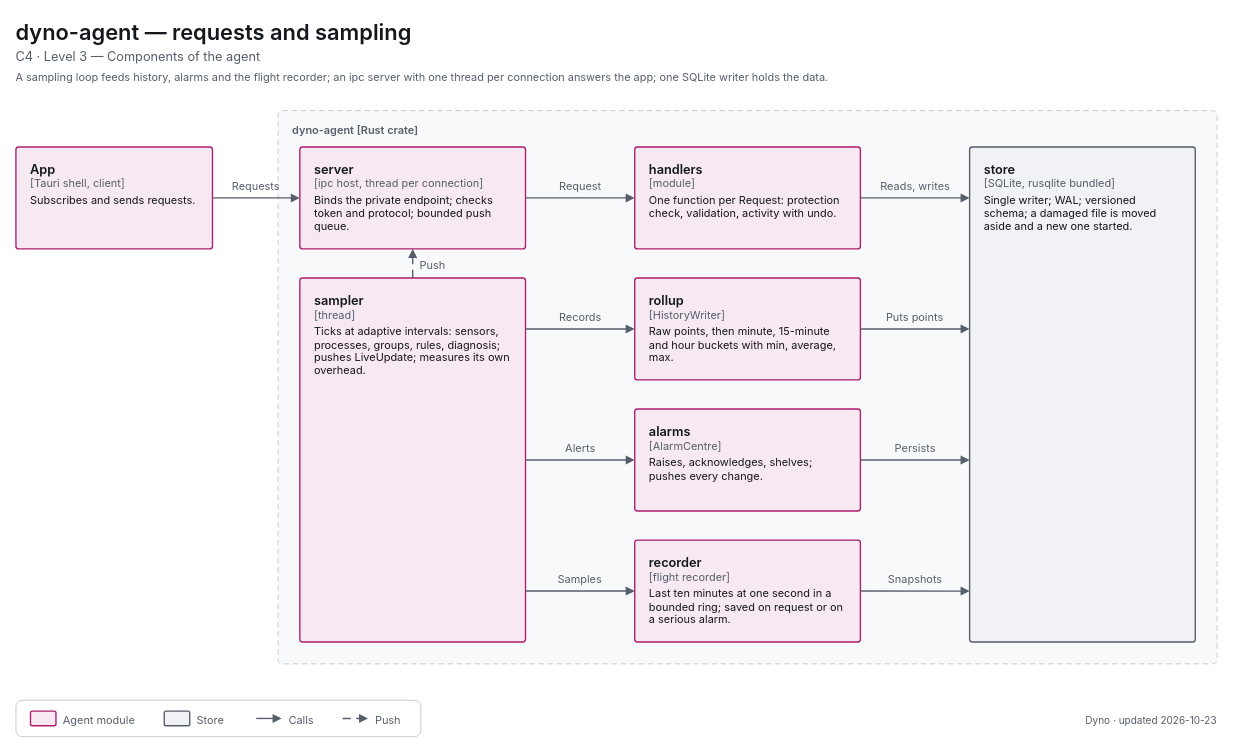
The draw.io diagram apps/dyno/diagrams/c4-3-components-agent.drawio in decryp7/paddock, before the edit. Source tidied: cells renumbered, new cells numbered last; positions are measured from the earlier drawing's top-left corner, leaving out a move shared by most shapes. Both pictures are drawn from the tidied source at 91%, with x=0, y=0 at pixel (15, 15).
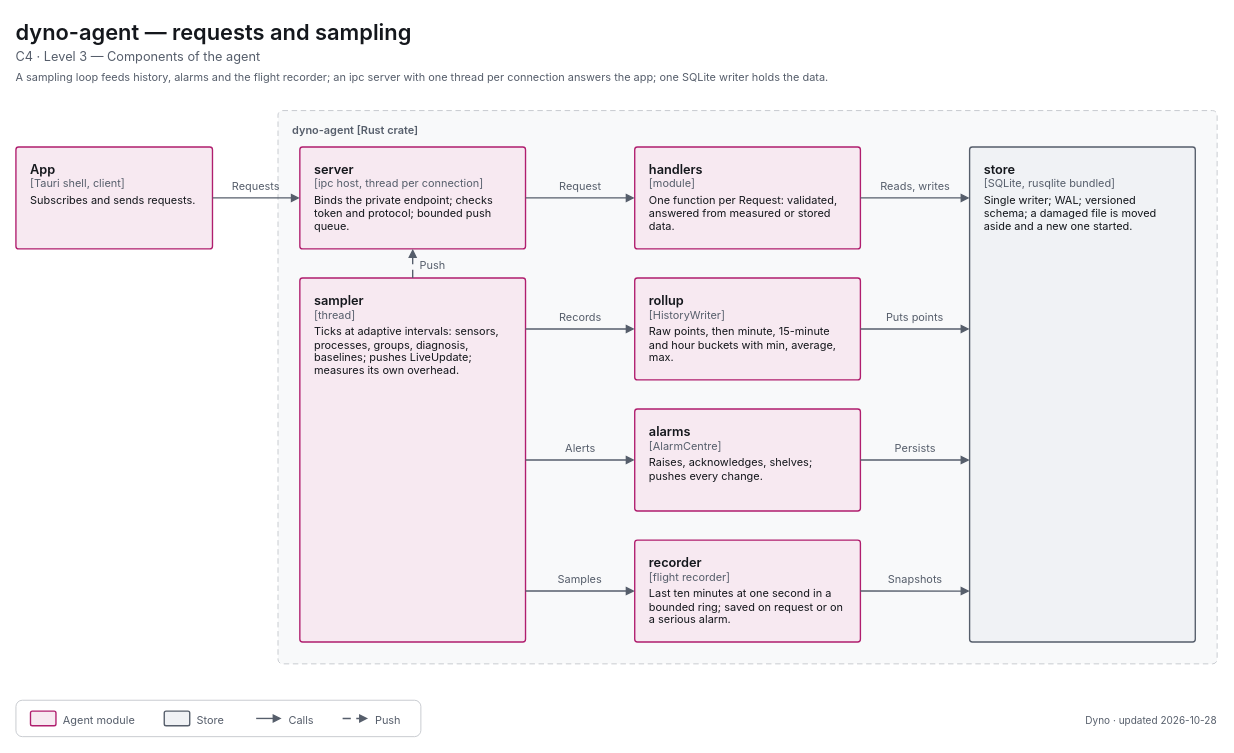
The same diagram, later.

What changed in the source:
```diff
@@
-    <mxCell id="8" value="&lt;span style=&quot;font-size:14px;font-weight:600&quot;&gt;handlers&lt;/span&gt;&lt;br&gt;&lt;span style=&quot;font-size:12px;color:light-dark(#565E6B,#A0A7B2)&quot;&gt;[module]&lt;/span&gt;&lt;br&gt;&lt;div style=&quot;margin-top:4px;font-size:12px&quot;&gt;One function per Request: protection check, validation, activity with undo.&lt;/div&gt;" style="html=1;whiteSpace=wrap;fontFamily=-apple-system,BlinkMacSystemFont,Segoe UI,system-ui,sans-serif;fontSize=12;fontColor=light-dark(#14171C,#ECEEF1);rounded=1;absoluteArcSize=1;arcSize=6;strokeWidth=1.5;strokeColor=light-dark(#B01E6E,#F063A8);fillColor=light-dark(#F7E9F1,#382332);align=left;verticalAlign=top;spacingLeft=14;spacingRight=14;spacingTop=10;spacingBottom=8;" parent="1" vertex="1">
+    <mxCell id="8" value="&lt;span style=&quot;font-size:14px;font-weight:600&quot;&gt;handlers&lt;/span&gt;&lt;br&gt;&lt;span style=&quot;font-size:12px;color:light-dark(#565E6B,#A0A7B2)&quot;&gt;[module]&lt;/span&gt;&lt;br&gt;&lt;div style=&quot;margin-top:4px;font-size:12px&quot;&gt;One function per Request: validated, answered from measured or stored data.&lt;/div&gt;" style="html=1;whiteSpace=wrap;fontFamily=-apple-system,BlinkMacSystemFont,Segoe UI,system-ui,sans-serif;fontSize=12;fontColor=light-dark(#14171C,#ECEEF1);rounded=1;absoluteArcSize=1;arcSize=6;strokeWidth=1.5;strokeColor=light-dark(#B01E6E,#F063A8);fillColor=light-dark(#F7E9F1,#382332);align=left;verticalAlign=top;spacingLeft=14;spacingRight=14;spacingTop=10;spacingBottom=8;" parent="1" vertex="1">
       <mxGeometry x="680" y="144" width="248" height="112" as="geometry" />
     </mxCell>
-    <mxCell id="9" value="&lt;span style=&quot;font-size:14px;font-weight:600&quot;&gt;sampler&lt;/span&gt;&lt;br&gt;&lt;span style=&quot;font-size:12px;color:light-dark(#565E6B,#A0A7B2)&quot;&gt;[thread]&lt;/span&gt;&lt;br&gt;&lt;div style=&quot;margin-top:4px;font-size:12px&quot;&gt;Ticks at adaptive intervals: sensors, processes, groups, rules, diagnosis; pushes LiveUpdate; measures its own overhead.&lt;/div&gt;" style="html=1;whiteSpace=wrap;fontFamily=-apple-system,BlinkMacSystemFont,Segoe UI,system-ui,sans-serif;fontSize=12;fontColor=light-dark(#14171C,#ECEEF1);rounded=1;absoluteArcSize=1;arcSize=6;strokeWidth=1.5;strokeColor=light-dark(#B01E6E,#F063A8);fillColor=light-dark(#F7E9F1,#382332);align=left;verticalAlign=top;spacingLeft=14;spacingRight=14;spacingTop=10;spacingBottom=8;" parent="1" vertex="1">
+    <mxCell id="9" value="&lt;span style=&quot;font-size:14px;font-weight:600&quot;&gt;sampler&lt;/span&gt;&lt;br&gt;&lt;span style=&quot;font-size:12px;color:light-dark(#565E6B,#A0A7B2)&quot;&gt;[thread]&lt;/span&gt;&lt;br&gt;&lt;div style=&quot;margin-top:4px;font-size:12px&quot;&gt;Ticks at adaptive intervals: sensors, processes, groups, diagnosis, baselines; pushes LiveUpdate; measures its own overhead.&lt;/div&gt;" style="html=1;whiteSpace=wrap;fontFamily=-apple-system,BlinkMacSystemFont,Segoe UI,system-ui,sans-serif;fontSize=12;fontColor=light-dark(#14171C,#ECEEF1);rounded=1;absoluteArcSize=1;arcSize=6;strokeWidth=1.5;strokeColor=light-dark(#B01E6E,#F063A8);fillColor=light-dark(#F7E9F1,#382332);align=left;verticalAlign=top;spacingLeft=14;spacingRight=14;spacingTop=10;spacingBottom=8;" parent="1" vertex="1">
       <mxGeometry x="312" y="288" width="248" height="400" as="geometry" />
     </mxCell>
@@
-    <mxCell id="43" value="&lt;span style=&quot;font-size:11px;font-weight:400&quot;&gt;Dyno · updated 2026-10-23&lt;/span&gt;" style="html=1;whiteSpace=wrap;fontFamily=-apple-system,BlinkMacSystemFont,Segoe UI,system-ui,sans-serif;fontSize=12;fontColor=light-dark(#14171C,#ECEEF1);text;strokeColor=none;fillColor=none;align=right;verticalAlign=top;spacing=0;fontColor=light-dark(#565E6B,#A0A7B2);" parent="1" vertex="1">
+    <mxCell id="43" value="&lt;span style=&quot;font-size:11px;font-weight:400&quot;&gt;Dyno · updated 2026-10-28&lt;/span&gt;" style="html=1;whiteSpace=wrap;fontFamily=-apple-system,BlinkMacSystemFont,Segoe UI,system-ui,sans-serif;fontSize=12;fontColor=light-dark(#14171C,#ECEEF1);text;strokeColor=none;fillColor=none;align=right;verticalAlign=top;spacing=0;fontColor=light-dark(#565E6B,#A0A7B2);" parent="1" vertex="1">
       <mxGeometry x="960" y="763" width="360" height="18" as="geometry" />
     </mxCell>
```
